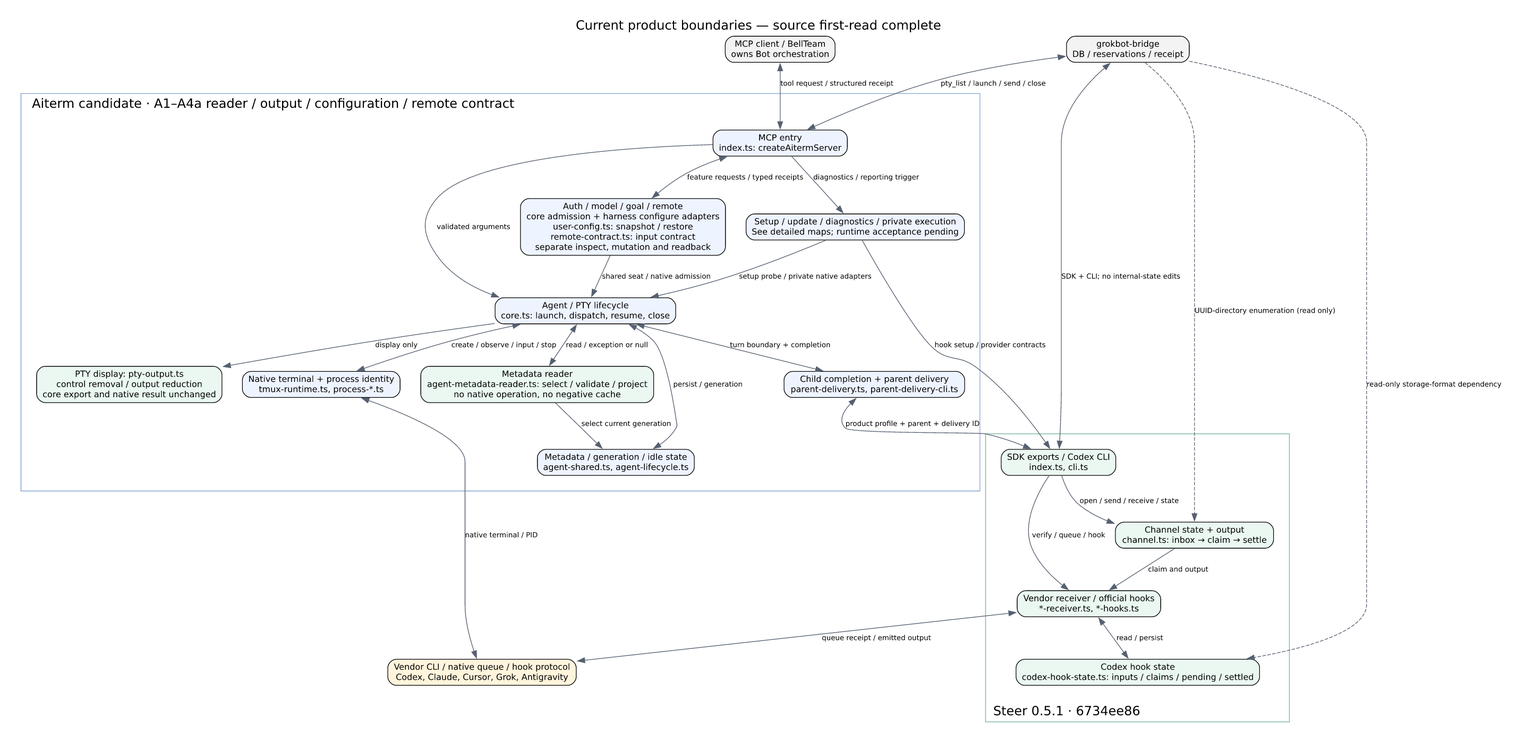
Before: docs/architecture/current-overview.png, a diagram exported from Graphviz (kitepon/aiterm-mcp). Its source is kept beside it as docs/architecture/current-overview.dot.
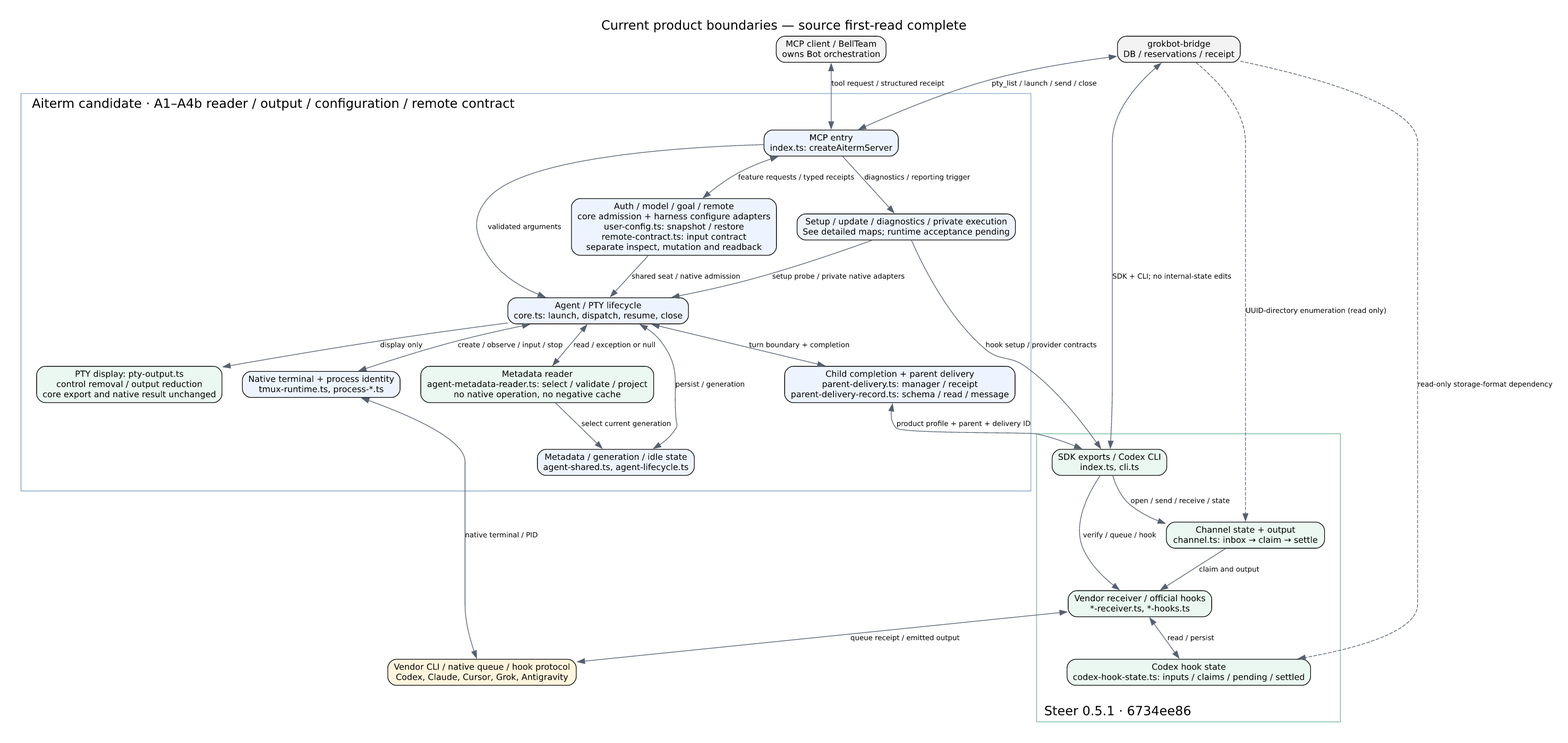
The same diagram one commit later.

Commit message:
refactor: isolate parent delivery record validation and framing

What changed in the source:
```diff
@@ -5,14 +5,14 @@
  client [label="MCP client / BellTeam\nowns Bot orchestration",fillcolor="#f3f3f3"];
  bridge [label="grokbot-bridge\nDB / reservations / receipt",fillcolor="#f3f3f3"];
  subgraph cluster_a {
-  label="Aiterm candidate · A1–A4a reader / output / configuration / remote contract";labeljust=l;margin=22;color="#82a2d0";
+  label="Aiterm candidate · A1–A4b reader / output / configuration / remote contract";labeljust=l;margin=22;color="#82a2d0";
   mcp [label="MCP entry\nindex.ts: createAitermServer"];
   lifecycle [label="Agent / PTY lifecycle\ncore.ts: launch, dispatch, resume, close"];
   output [label="PTY display: pty-output.ts\ncontrol removal / output reduction\ncore export and native result unchanged",fillcolor="#eaf8f1"];
   reader [label="Metadata reader\nagent-metadata-reader.ts: select / validate / project\nno native operation, no negative cache",fillcolor="#eaf8f1"];
   state [label="Metadata / generation / idle state\nagent-shared.ts, agent-lifecycle.ts"];
   runtime [label="Native terminal + process identity\ntmux-runtime.ts, process-*.ts"];
-  parents [label="Child completion + parent delivery\nparent-delivery.ts, parent-delivery-cli.ts"];
+  parents [label="Child completion + parent delivery\nparent-delivery.ts: manager / receipt\nparent-delivery-record.ts: schema / read / message"];
   manage [label="Auth / model / goal / remote\ncore admission + harness configure adapters\nuser-config.ts: snapshot / restore\nremote-contract.ts: input contract\nseparate inspect, mutation and readback"];
   pending [label="Setup / update / diagnostics / private execution\nSee detailed maps; runtime acceptance pending"];
  }
```
